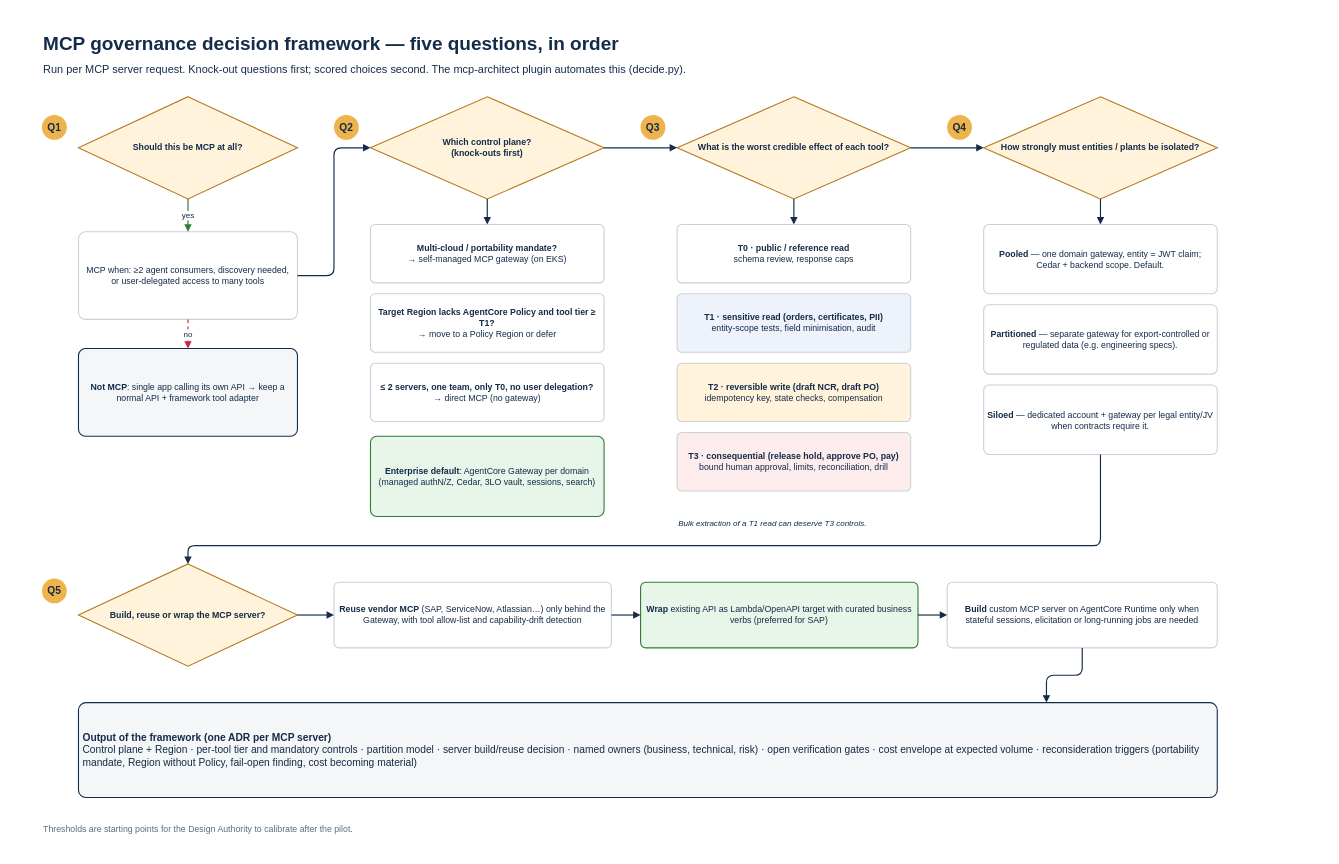
KBoudich/agentcore-mcp-governance keeps this draw.io diagram as docs/diagrams/04-decision-framework.drawio. Above is the earlier version. Source tidied: cells renumbered, new cells numbered last; positions are measured from the earlier drawing's top-left corner, leaving out a move shared by most shapes. Both pictures are drawn from the tidied source at 73%, with x=0, y=0 at pixel (42, 27).
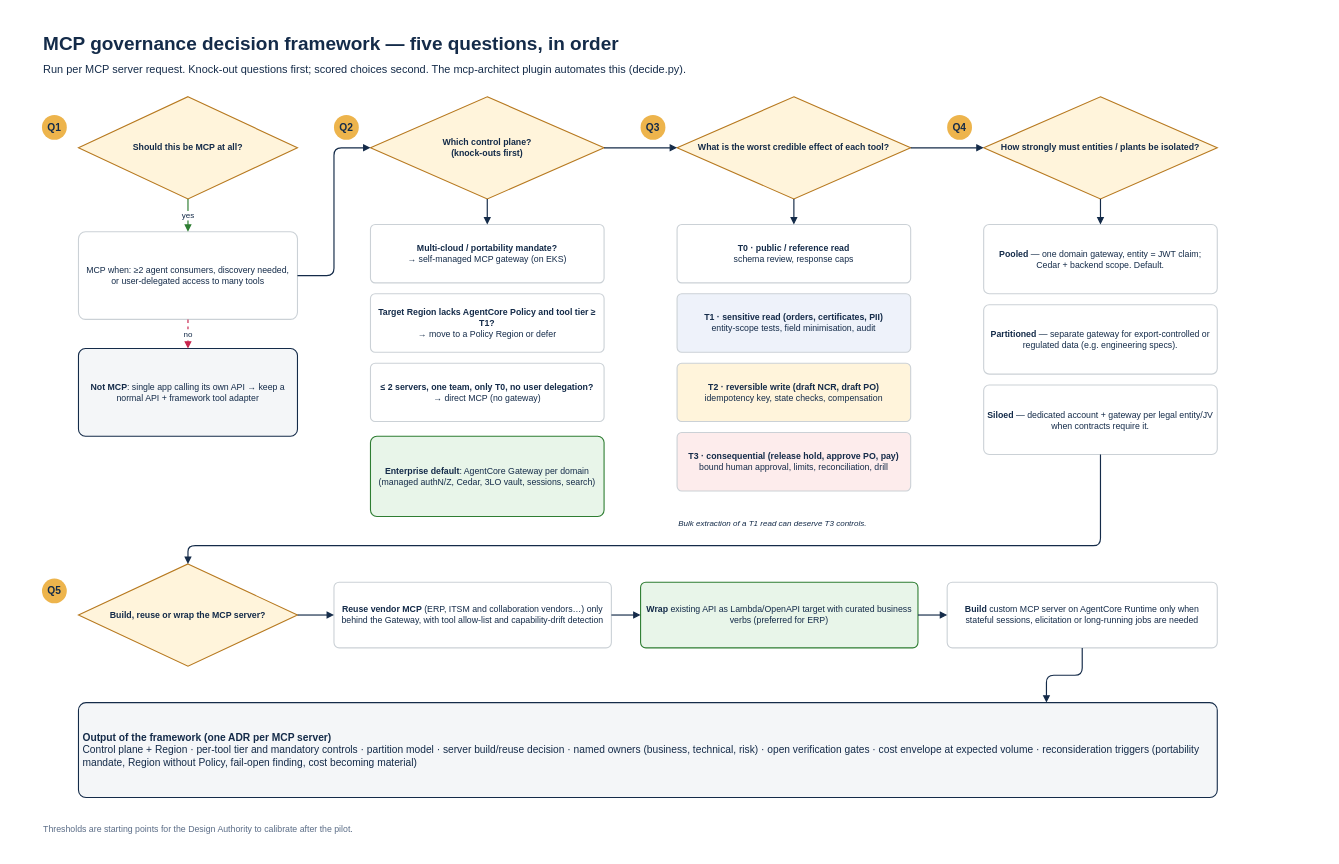
The same diagram, later.

Change to the diagram source:
```diff
@@
+    <mxCell id="46" style="rounded=0;html=1;fillColor=#FFFFFF;strokeColor=none;" parent="1" vertex="1">
+      <mxGeometry x="-40" y="-20" width="1800" height="1150" as="geometry" />
+    </mxCell>
@@
-    <mxCell id="37" value="&lt;b&gt;Reuse vendor MCP&lt;/b&gt; (SAP, ServiceNow, Atlassian…) only behind the Gateway, with tool allow-list and capability-drift detection" style="rounded=1;arcSize=8;whiteSpace=wrap;html=1;fillColor=#FFFFFF;strokeColor=#CBD1D6;strokeWidth=1.5;fontFamily=Helvetica;fontSize=12;fontColor=#142B49;fontStyle=0;dashed=0;align=center;spacing=6;" parent="1" vertex="1">
+    <mxCell id="37" value="&lt;b&gt;Reuse vendor MCP&lt;/b&gt; (ERP, ITSM and collaboration vendors…) only behind the Gateway, with tool allow-list and capability-drift detection" style="rounded=1;arcSize=8;whiteSpace=wrap;html=1;fillColor=#FFFFFF;strokeColor=#CBD1D6;strokeWidth=1.5;fontFamily=Helvetica;fontSize=12;fontColor=#142B49;fontStyle=0;dashed=0;align=center;spacing=6;" parent="1" vertex="1">
       <mxGeometry x="400" y="760" width="380" height="90" as="geometry" />
     </mxCell>
-    <mxCell id="38" value="&lt;b&gt;Wrap&lt;/b&gt; existing API as Lambda/OpenAPI target with curated business verbs (preferred for SAP)" style="rounded=1;arcSize=8;whiteSpace=wrap;html=1;fillColor=#E8F5E9;strokeColor=#2E7D32;strokeWidth=1.5;fontFamily=Helvetica;fontSize=12;fontColor=#142B49;fontStyle=0;dashed=0;align=center;spacing=6;" parent="1" vertex="1">
+    <mxCell id="38" value="&lt;b&gt;Wrap&lt;/b&gt; existing API as Lambda/OpenAPI target with curated business verbs (preferred for ERP)" style="rounded=1;arcSize=8;whiteSpace=wrap;html=1;fillColor=#E8F5E9;strokeColor=#2E7D32;strokeWidth=1.5;fontFamily=Helvetica;fontSize=12;fontColor=#142B49;fontStyle=0;dashed=0;align=center;spacing=6;" parent="1" vertex="1">
       <mxGeometry x="820" y="760" width="380" height="90" as="geometry" />
     </mxCell>
```
